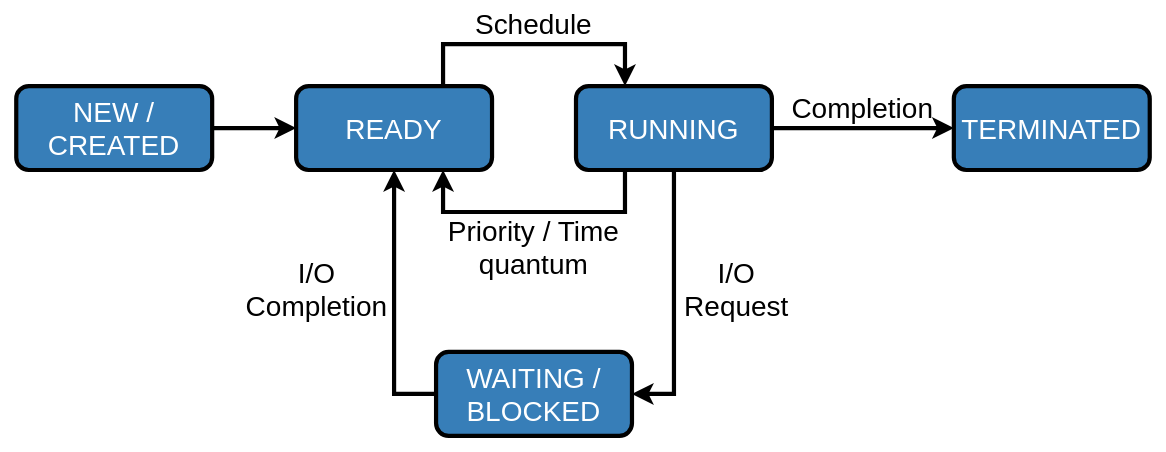
VladNastase/operating-systems keeps this draw.io diagram as content/chapters/compute/lecture/media/thread-states.svg. Above is the earlier version. Source tidied: cells renumbered, new cells last; positions are measured from the earlier drawing's top-left corner, leaving out a move shared by most shapes.
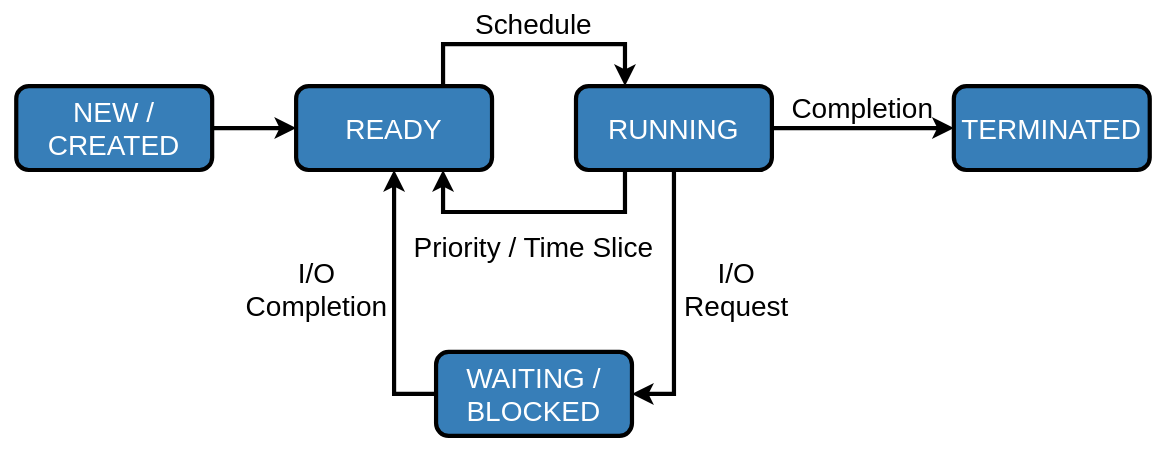
After the commit.

What changed in the source:
```diff
@@ -59,7 +59,7 @@
     <mxCell id="13" value="Schedule" style="text;html=1;strokeColor=none;fillColor=none;align=center;verticalAlign=middle;whiteSpace=wrap;rounded=0;fontSize=20;strokeWidth=3;" parent="1" vertex="1">
       <mxGeometry x="335" width="90" height="30" as="geometry" />
     </mxCell>
-    <mxCell id="14" value="Priority / Time quantum" style="text;html=1;strokeColor=none;fillColor=none;align=center;verticalAlign=middle;whiteSpace=wrap;rounded=0;fontSize=20;strokeWidth=3;" parent="1" vertex="1">
+    <mxCell id="14" value="Priority / Time Slice" style="text;html=1;strokeColor=none;fillColor=none;align=center;verticalAlign=middle;whiteSpace=wrap;rounded=0;fontSize=20;strokeWidth=3;" parent="1" vertex="1">
       <mxGeometry x="291.2" y="150" width="177.5" height="50" as="geometry" />
     </mxCell>
     <mxCell id="15" value="&lt;div&gt;I/O&lt;/div&gt;&lt;div&gt;Request&lt;br&gt;&lt;/div&gt;" style="text;html=1;strokeColor=none;fillColor=none;align=center;verticalAlign=middle;whiteSpace=wrap;rounded=0;fontSize=20;strokeWidth=3;" parent="1" vertex="1">
```
